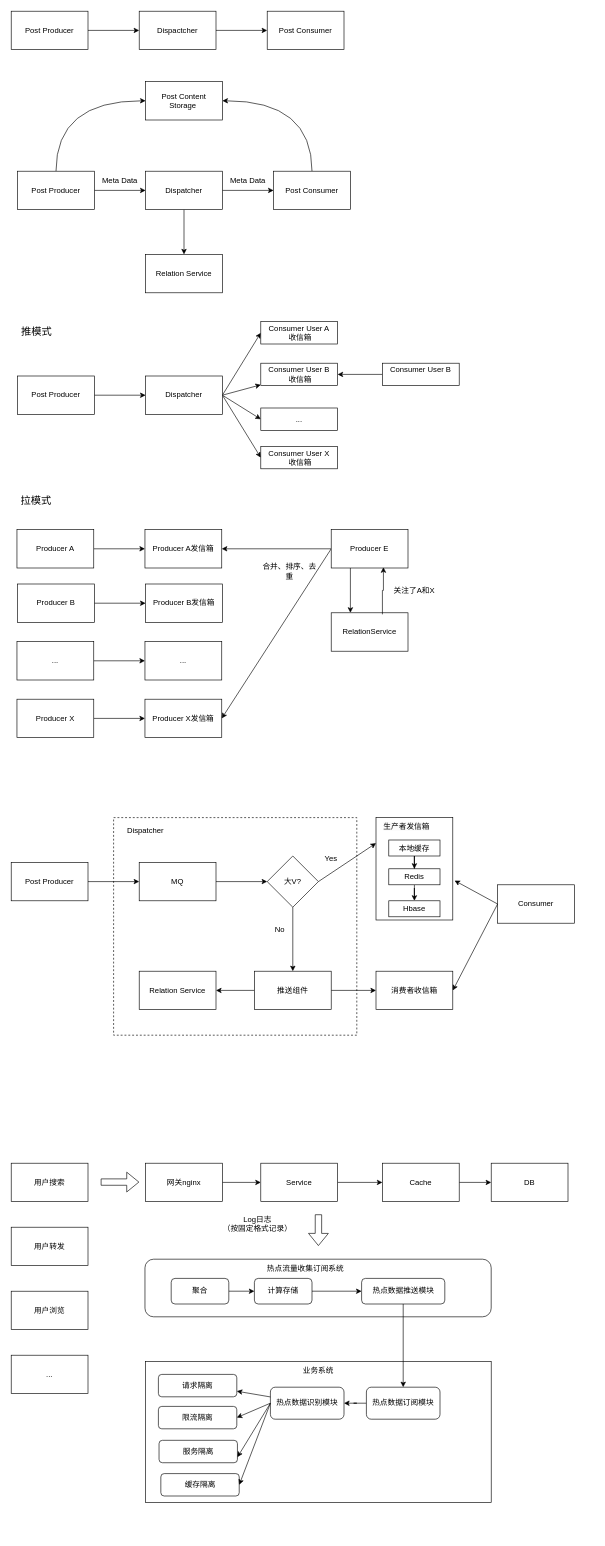
Before: ComputerSystem/feed.drawio in NightFaint/Code-diary, a draw.io diagram. Source tidied: cells renumbered, new cells numbered last; positions are measured from the earlier drawing's top-left corner, leaving out a move shared by most shapes. Both pictures are drawn from the tidied source at 64%, with x=0, y=0 at pixel (11, 11).
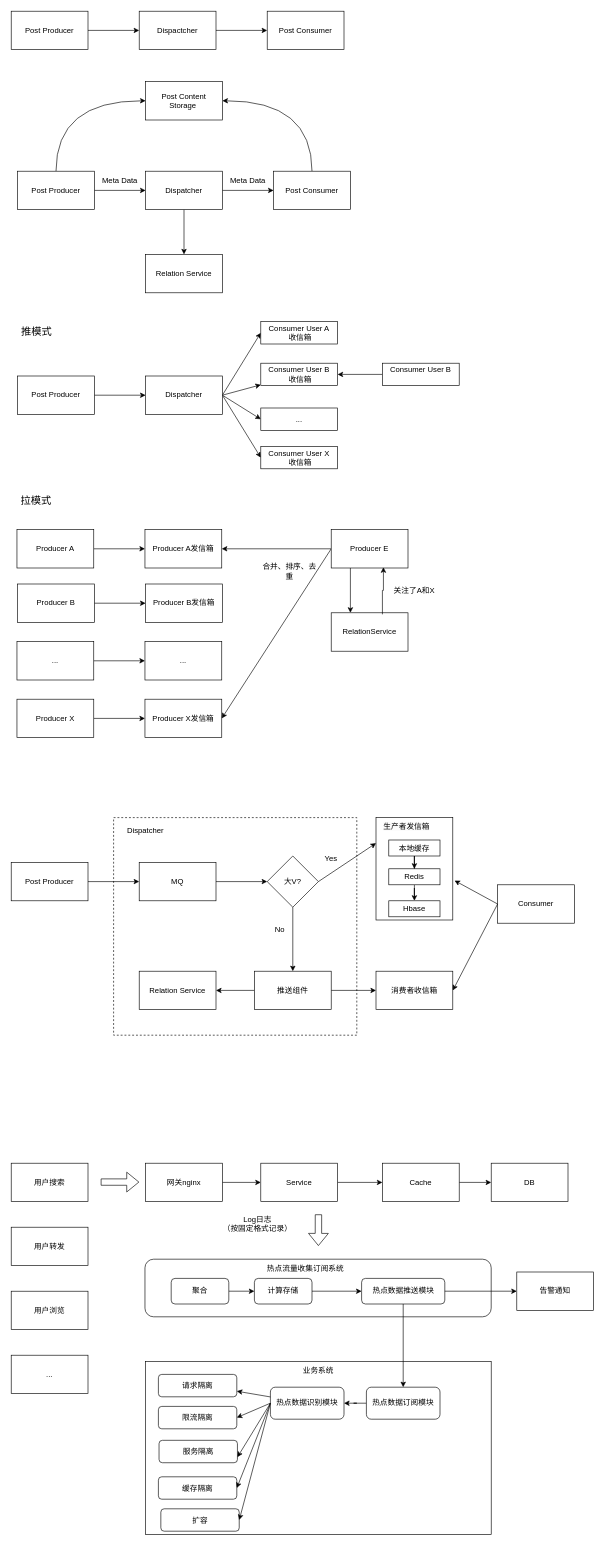
The same page after the edit.

The change refers to these unchanged cells:
```xml
<mxCell id="102" value="热点数据推送模块" style="rounded=1;whiteSpace=wrap;html=1;" parent="1" vertex="1">
  <mxGeometry x="547.5" y="1980" width="130" height="40" as="geometry" />
</mxCell>
<mxCell id="105" value="热点数据识别模块" style="rounded=1;whiteSpace=wrap;html=1;" parent="1" vertex="1">
  <mxGeometry x="405" y="2150" width="115" height="50" as="geometry" />
</mxCell>
```

The edit, as a diff of the source:
```diff
@@
     <mxCell id="2" style="rounded=0;whiteSpace=wrap;html=1;" parent="1" vertex="1">
-      <mxGeometry x="210" y="2110" width="540" height="220" as="geometry" />
+      <mxGeometry x="210" y="2110" width="540" height="270" as="geometry" />
     </mxCell>
@@
     <mxCell id="111" value="缓存隔离" style="whiteSpace=wrap;html=1;rounded=1;" parent="1" vertex="1">
-      <mxGeometry x="233.8" y="2285" width="122.5" height="35" as="geometry" />
+      <mxGeometry x="230" y="2290" width="122.5" height="35" as="geometry" />
     </mxCell>
@@
+    <mxCell id="115" value="扩容" style="whiteSpace=wrap;html=1;rounded=1;" parent="1" vertex="1">
+      <mxGeometry x="233.8" y="2340" width="122.5" height="35" as="geometry" />
+    </mxCell>
+    <mxCell id="116" style="rounded=0;jettySize=auto;html=1;entryX=1;entryY=0.5;entryDx=0;entryDy=0;exitX=0;exitY=0.5;exitDx=0;exitDy=0;" parent="1" edge="1" source="105" target="115">
+      <mxGeometry relative="1" as="geometry" />
+    </mxCell>
+    <mxCell id="117" style="endArrow=classic;html=1;rounded=0;exitX=1;exitY=0.5;exitDx=0;exitDy=0;" parent="1" edge="1" source="102">
+      <mxGeometry relative="1" as="geometry">
+        <mxPoint x="790" y="2000" as="targetPoint" />
+      </mxGeometry>
+    </mxCell>
+    <mxCell id="118" value="告警通知" style="rounded=0;whiteSpace=wrap;html=1;" parent="1" vertex="1">
+      <mxGeometry x="790" y="1970" width="120" height="60" as="geometry" />
+    </mxCell>
```
